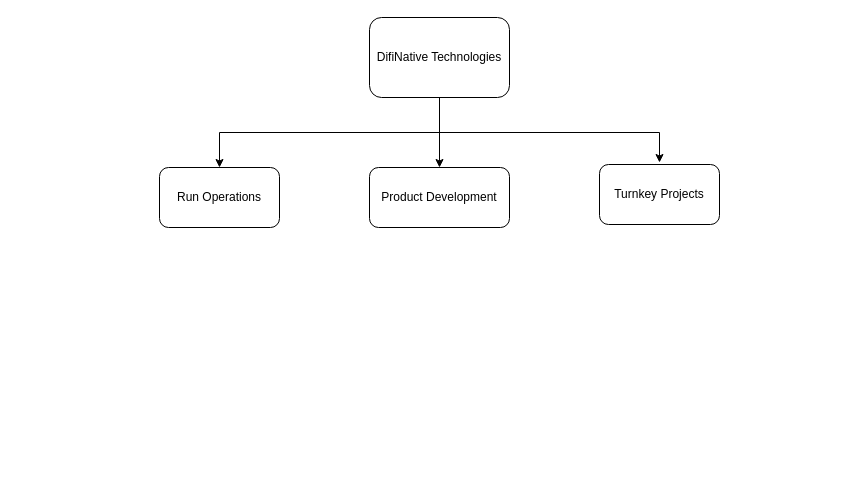
This is Difinative.drawio from jacmathew/jacmathew, a draw.io file, before an edit. Source tidied: cells renumbered, new cells numbered last; positions are measured from the earlier drawing's top-left corner, leaving out a move shared by most shapes. Both pictures are drawn from the tidied source at 100%, with x=0, y=0 at pixel (159, 17).
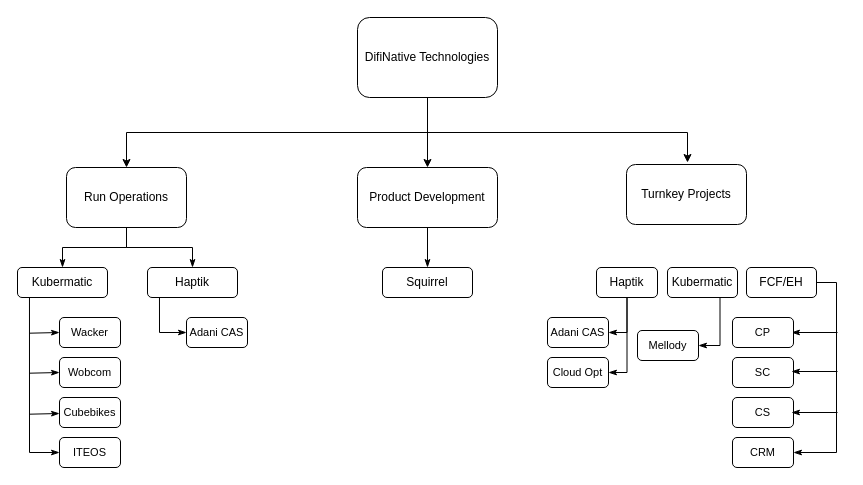
The same diagram, later.

Diff of the diagram source:
```diff
@@
     <mxCell id="3" style="edgeStyle=orthogonalEdgeStyle;rounded=0;orthogonalLoop=1;jettySize=auto;html=1;" parent="1" edge="1">
       <mxGeometry relative="1" as="geometry">
-        <mxPoint x="280" y="75" as="sourcePoint" />
-        <mxPoint x="500" y="145" as="targetPoint" />
+        <mxPoint x="268" y="75" as="sourcePoint" />
+        <mxPoint x="528" y="145" as="targetPoint" />
         <Array as="points">
-          <mxPoint x="280" y="115" />
-          <mxPoint x="500" y="115" />
+          <mxPoint x="268" y="115" />
+          <mxPoint x="528" y="115" />
+          <mxPoint x="528" y="145" />
         </Array>
       </mxGeometry>
     </mxCell>
@@
     <mxCell id="5" value="DifiNative Technologies" style="rounded=1;whiteSpace=wrap;html=1;" parent="1" vertex="1">
-      <mxGeometry x="210" width="140" height="80" as="geometry" />
+      <mxGeometry x="198" width="140" height="80" as="geometry" />
     </mxCell>
     <mxCell id="6" value="Run Operations" style="rounded=1;whiteSpace=wrap;html=1;" parent="1" vertex="1">
-      <mxGeometry y="150" width="120" height="60" as="geometry" />
+      <mxGeometry x="-93" y="150" width="120" height="60" as="geometry" />
     </mxCell>
     <mxCell id="7" value="Turnkey Projects" style="rounded=1;whiteSpace=wrap;html=1;" parent="1" vertex="1">
-      <mxGeometry x="440" y="147" width="120" height="60" as="geometry" />
+      <mxGeometry x="467" y="147" width="120" height="60" as="geometry" />
     </mxCell>
     <mxCell id="8" value="Product Development" style="rounded=1;whiteSpace=wrap;html=1;" parent="1" vertex="1">
-      <mxGeometry x="210" y="150" width="140" height="60" as="geometry" />
+      <mxGeometry x="198" y="150" width="140" height="60" as="geometry" />
     </mxCell>
+    <mxCell id="9" style="edgeStyle=orthogonalEdgeStyle;rounded=0;jettySize=auto;html=1;exitX=0.5;exitY=0;exitDx=0;exitDy=0;entryX=0.5;entryY=1;entryDx=0;entryDy=0;fontSize=11;startArrow=classicThin;startFill=1;endArrow=none;endFill=0;" parent="1" edge="1" source="10" target="6">
+      <mxGeometry relative="1" as="geometry" />
+    </mxCell>
+    <mxCell id="10" value="Haptik" style="rounded=1;whiteSpace=wrap;html=1;" parent="1" vertex="1">
+      <mxGeometry x="-12" y="250" width="90" height="30" as="geometry" />
+    </mxCell>
+    <mxCell id="11" style="edgeStyle=orthogonalEdgeStyle;rounded=0;jettySize=auto;html=1;exitX=0.5;exitY=0;exitDx=0;exitDy=0;entryX=0.5;entryY=1;entryDx=0;entryDy=0;fontSize=11;startArrow=classicThin;startFill=1;endArrow=none;endFill=0;" parent="1" edge="1" source="12" target="6">
+      <mxGeometry relative="1" as="geometry" />
+    </mxCell>
+    <mxCell id="12" value="Kubermatic" style="rounded=1;whiteSpace=wrap;html=1;" parent="1" vertex="1">
+      <mxGeometry x="-142" y="250" width="90" height="30" as="geometry" />
+    </mxCell>
+    <mxCell id="13" style="edgeStyle=orthogonalEdgeStyle;rounded=0;jettySize=auto;html=1;exitX=0.5;exitY=0;exitDx=0;exitDy=0;entryX=0.5;entryY=1;entryDx=0;entryDy=0;fontSize=11;startArrow=classicThin;startFill=1;endArrow=none;endFill=0;" parent="1" edge="1" source="14" target="8">
+      <mxGeometry relative="1" as="geometry" />
+    </mxCell>
+    <mxCell id="14" value="Squirrel" style="rounded=1;whiteSpace=wrap;html=1;" parent="1" vertex="1">
+      <mxGeometry x="223" y="250" width="90" height="30" as="geometry" />
+    </mxCell>
+    <mxCell id="15" style="edgeStyle=orthogonalEdgeStyle;rounded=0;jettySize=auto;html=1;exitX=0.75;exitY=1;exitDx=0;exitDy=0;entryX=1;entryY=0.5;entryDx=0;entryDy=0;fontSize=11;endArrow=classicThin;endFill=1;" parent="1" edge="1" source="16" target="24">
+      <mxGeometry relative="1" as="geometry" />
+    </mxCell>
+    <mxCell id="16" value="Kubermatic" style="rounded=1;whiteSpace=wrap;html=1;" parent="1" vertex="1">
+      <mxGeometry x="508" y="250" width="70" height="30" as="geometry" />
+    </mxCell>
+    <mxCell id="17" style="edgeStyle=orthogonalEdgeStyle;rounded=0;jettySize=auto;html=1;exitX=0.5;exitY=1;exitDx=0;exitDy=0;entryX=1;entryY=0.5;entryDx=0;entryDy=0;fontSize=11;endArrow=classicThin;endFill=1;" parent="1" edge="1" source="19" target="22">
+      <mxGeometry relative="1" as="geometry">
+        <Array as="points">
+          <mxPoint x="468" y="315" />
+        </Array>
+      </mxGeometry>
+    </mxCell>
+    <mxCell id="18" style="edgeStyle=orthogonalEdgeStyle;rounded=0;jettySize=auto;html=1;exitX=0.5;exitY=1;exitDx=0;exitDy=0;entryX=1;entryY=0.5;entryDx=0;entryDy=0;fontSize=11;endArrow=classicThin;endFill=1;" parent="1" edge="1" source="19" target="23">
+      <mxGeometry relative="1" as="geometry">
+        <Array as="points">
+          <mxPoint x="468" y="355" />
+        </Array>
+      </mxGeometry>
+    </mxCell>
+    <mxCell id="19" value="Haptik" style="rounded=1;whiteSpace=wrap;html=1;" parent="1" vertex="1">
+      <mxGeometry x="437" y="250" width="61" height="30" as="geometry" />
+    </mxCell>
+    <mxCell id="20" style="edgeStyle=orthogonalEdgeStyle;rounded=0;jettySize=auto;html=1;exitX=1;exitY=0.5;exitDx=0;exitDy=0;entryX=1;entryY=0.5;entryDx=0;entryDy=0;fontSize=11;endArrow=classicThin;endFill=1;" parent="1" edge="1" source="21" target="29">
+      <mxGeometry relative="1" as="geometry" />
+    </mxCell>
+    <mxCell id="21" value="FCF/EH" style="rounded=1;whiteSpace=wrap;html=1;" parent="1" vertex="1">
+      <mxGeometry x="587" y="250" width="70" height="30" as="geometry" />
+    </mxCell>
+    <mxCell id="22" value="Adani CAS" style="rounded=1;whiteSpace=wrap;html=1;fontSize=11;" parent="1" vertex="1">
+      <mxGeometry x="388" y="300" width="61" height="30" as="geometry" />
+    </mxCell>
+    <mxCell id="23" value="Cloud Opt" style="rounded=1;whiteSpace=wrap;html=1;fontSize=11;" parent="1" vertex="1">
+      <mxGeometry x="388" y="340" width="61" height="30" as="geometry" />
+    </mxCell>
+    <mxCell id="24" value="Mellody" style="rounded=1;whiteSpace=wrap;html=1;fontSize=11;" parent="1" vertex="1">
+      <mxGeometry x="478" y="313" width="61" height="30" as="geometry" />
+    </mxCell>
+    <mxCell id="25" style="edgeStyle=none;rounded=0;orthogonalLoop=1;jettySize=auto;html=1;exitX=1;exitY=0.5;exitDx=0;exitDy=0;fontSize=11;startArrow=classicThin;startFill=1;endArrow=none;endFill=0;" parent="1" edge="1">
+      <mxGeometry relative="1" as="geometry">
+        <mxPoint x="632" y="315" as="sourcePoint" />
+        <mxPoint x="678" y="315" as="targetPoint" />
+      </mxGeometry>
+    </mxCell>
+    <mxCell id="26" value="CP" style="rounded=1;whiteSpace=wrap;html=1;fontSize=11;" parent="1" vertex="1">
+      <mxGeometry x="573" y="300" width="61" height="30" as="geometry" />
+    </mxCell>
+    <mxCell id="27" value="SC" style="rounded=1;whiteSpace=wrap;html=1;fontSize=11;" parent="1" vertex="1">
+      <mxGeometry x="573" y="340" width="61" height="30" as="geometry" />
+    </mxCell>
+    <mxCell id="28" value="CS" style="rounded=1;whiteSpace=wrap;html=1;fontSize=11;" parent="1" vertex="1">
+      <mxGeometry x="573" y="380" width="61" height="30" as="geometry" />
+    </mxCell>
+    <mxCell id="29" value="CRM" style="rounded=1;whiteSpace=wrap;html=1;fontSize=11;" parent="1" vertex="1">
+      <mxGeometry x="573" y="420" width="61" height="30" as="geometry" />
+    </mxCell>
+    <mxCell id="30" style="edgeStyle=none;rounded=0;orthogonalLoop=1;jettySize=auto;html=1;exitX=1;exitY=0.5;exitDx=0;exitDy=0;fontSize=11;startArrow=classicThin;startFill=1;endArrow=none;endFill=0;" parent="1" edge="1">
+      <mxGeometry relative="1" as="geometry">
+        <mxPoint x="632" y="354" as="sourcePoint" />
+        <mxPoint x="678" y="354" as="targetPoint" />
+      </mxGeometry>
+    </mxCell>
+    <mxCell id="31" style="edgeStyle=none;rounded=0;orthogonalLoop=1;jettySize=auto;html=1;exitX=1;exitY=0.5;exitDx=0;exitDy=0;fontSize=11;startArrow=classicThin;startFill=1;endArrow=none;endFill=0;" parent="1" edge="1">
+      <mxGeometry relative="1" as="geometry">
+        <mxPoint x="632" y="395" as="sourcePoint" />
+        <mxPoint x="678" y="395" as="targetPoint" />
+      </mxGeometry>
+    </mxCell>
+    <mxCell id="32" style="edgeStyle=none;rounded=0;jettySize=auto;html=1;exitX=0;exitY=0.5;exitDx=0;exitDy=0;fontSize=11;startArrow=classicThin;startFill=1;endArrow=none;endFill=0;" parent="1" edge="1" source="33">
+      <mxGeometry relative="1" as="geometry">
+        <mxPoint x="-130" y="315.7" as="targetPoint" />
+      </mxGeometry>
+    </mxCell>
+    <mxCell id="33" value="Wacker" style="rounded=1;whiteSpace=wrap;html=1;fontSize=11;" parent="1" vertex="1">
+      <mxGeometry x="-100" y="300" width="61" height="30" as="geometry" />
+    </mxCell>
+    <mxCell id="34" value="Wobcom" style="rounded=1;whiteSpace=wrap;html=1;fontSize=11;" parent="1" vertex="1">
+      <mxGeometry x="-100" y="340" width="61" height="30" as="geometry" />
+    </mxCell>
+    <mxCell id="35" value="Cubebikes" style="rounded=1;whiteSpace=wrap;html=1;fontSize=11;" parent="1" vertex="1">
+      <mxGeometry x="-100" y="380" width="61" height="30" as="geometry" />
+    </mxCell>
+    <mxCell id="36" style="edgeStyle=orthogonalEdgeStyle;rounded=0;jettySize=auto;html=1;exitX=0;exitY=0.5;exitDx=0;exitDy=0;entryX=0.133;entryY=1;entryDx=0;entryDy=0;entryPerimeter=0;fontSize=11;startArrow=classicThin;startFill=1;endArrow=none;endFill=0;" parent="1" edge="1" source="37" target="12">
+      <mxGeometry relative="1" as="geometry" />
+    </mxCell>
+    <mxCell id="37" value="ITEOS" style="rounded=1;whiteSpace=wrap;html=1;fontSize=11;" parent="1" vertex="1">
+      <mxGeometry x="-100" y="420" width="61" height="30" as="geometry" />
+    </mxCell>
+    <mxCell id="38" style="edgeStyle=none;rounded=0;orthogonalLoop=1;jettySize=auto;html=1;exitX=0;exitY=0.5;exitDx=0;exitDy=0;fontSize=11;startArrow=classicThin;startFill=1;endArrow=none;endFill=0;" parent="1" edge="1">
+      <mxGeometry relative="1" as="geometry">
+        <mxPoint x="-100" y="355" as="sourcePoint" />
+        <mxPoint x="-130" y="355.7" as="targetPoint" />
+      </mxGeometry>
+    </mxCell>
+    <mxCell id="39" style="edgeStyle=none;rounded=0;orthogonalLoop=1;jettySize=auto;html=1;exitX=0;exitY=0.5;exitDx=0;exitDy=0;fontSize=11;startArrow=classicThin;startFill=1;endArrow=none;endFill=0;" parent="1" edge="1">
+      <mxGeometry relative="1" as="geometry">
+        <mxPoint x="-100" y="396" as="sourcePoint" />
+        <mxPoint x="-130" y="396.7" as="targetPoint" />
+      </mxGeometry>
+    </mxCell>
+    <mxCell id="40" style="edgeStyle=orthogonalEdgeStyle;rounded=0;jettySize=auto;html=1;exitX=0;exitY=0.5;exitDx=0;exitDy=0;entryX=0.133;entryY=1;entryDx=0;entryDy=0;entryPerimeter=0;fontSize=11;startArrow=classicThin;startFill=1;endArrow=none;endFill=0;" parent="1" edge="1" source="41" target="10">
+      <mxGeometry relative="1" as="geometry" />
+    </mxCell>
+    <mxCell id="41" value="Adani CAS" style="rounded=1;whiteSpace=wrap;html=1;fontSize=11;" parent="1" vertex="1">
+      <mxGeometry x="27" y="300" width="61" height="30" as="geometry" />
+    </mxCell>
```
